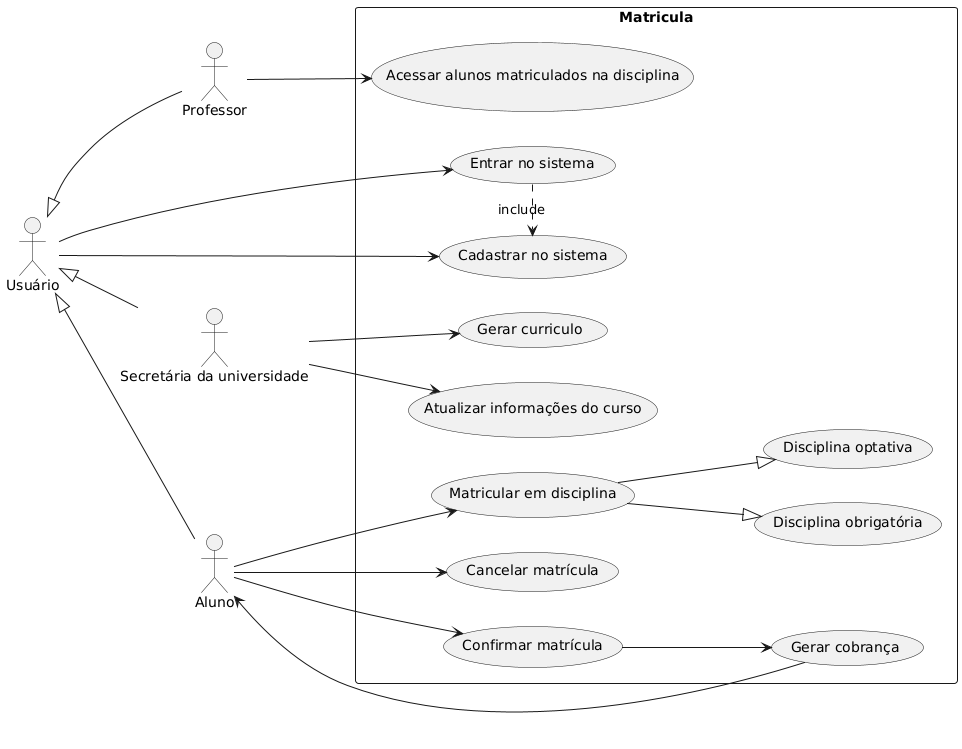
This is project/diagrams/usercase.png from iannovais/LDS-matriculas, a PlantUML export, as it was before one commit. Its diagram source:
```plantuml
@startuml
left to right direction
actor "Secretária da universidade" as secretaria
actor "Aluno" as aluno
actor "Professor" as professor
actor "Usuário" as usuario

rectangle Matricula{
  (Matricular em disciplina) --|> (Disciplina optativa)
  (Matricular em disciplina) --|> (Disciplina obrigatória)

  usuario --> (Cadastrar no sistema)
  usuario --> (Entrar no sistema)

  (Entrar no sistema) .> (Cadastrar no sistema) : include

  secretaria --> (Gerar curriculo)
  secretaria --> (Atualizar informações do curso)

  aluno --> (Cancelar matrícula)
  aluno --> (Matricular em disciplina)
  aluno --> (Confirmar matrícula)

  (Confirmar matrícula) --> (Gerar cobrança)
  (Gerar cobrança) --> aluno

  professor --> (Acessar alunos matriculados na disciplina)

  usuario <|-- aluno
  usuario <|-- secretaria
  usuario <|-- professor
}
@enduml
```
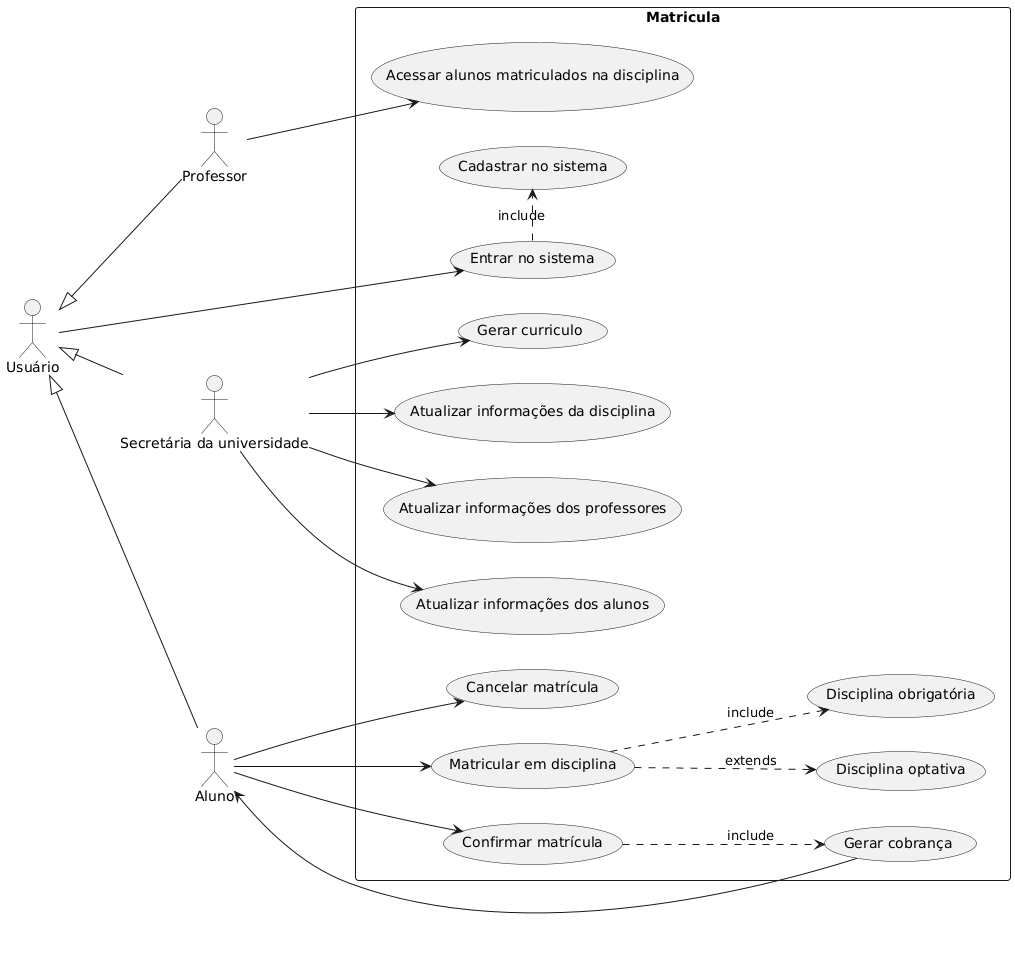
Above is the later version.

Change to the diagram source:
```diff
@@ -6,28 +6,29 @@
 actor "Usuário" as usuario
 
 rectangle Matricula{
-  (Matricular em disciplina) --|> (Disciplina optativa)
-  (Matricular em disciplina) --|> (Disciplina obrigatória)
+(Matricular em disciplina) -.> (Disciplina optativa) : extends
+(Matricular em disciplina) -.> (Disciplina obrigatória) : include
 
-  usuario --> (Cadastrar no sistema)
-  usuario --> (Entrar no sistema)
+usuario --> (Entrar no sistema)
 
-  (Entrar no sistema) .> (Cadastrar no sistema) : include
+(Entrar no sistema) .> (Cadastrar no sistema) : include
 
-  secretaria --> (Gerar curriculo)
-  secretaria --> (Atualizar informações do curso)
+secretaria --> (Gerar curriculo)
+secretaria --> (Atualizar informações da disciplina)
+secretaria --> (Atualizar informações dos professores)
+secretaria --> (Atualizar informações dos alunos)
 
-  aluno --> (Cancelar matrícula)
-  aluno --> (Matricular em disciplina)
-  aluno --> (Confirmar matrícula)
+aluno --> (Cancelar matrícula)
+aluno --> (Matricular em disciplina)
+aluno --> (Confirmar matrícula)
 
-  (Confirmar matrícula) --> (Gerar cobrança)
-  (Gerar cobrança) --> aluno
+(Confirmar matrícula) -.> (Gerar cobrança) : include
+(Gerar cobrança) --> aluno
 
-  professor --> (Acessar alunos matriculados na disciplina)
+professor --> (Acessar alunos matriculados na disciplina)
 
-  usuario <|-- aluno
-  usuario <|-- secretaria
-  usuario <|-- professor
+usuario <|-- aluno
+usuario <|-- secretaria
+usuario <|-- professor
 }
 @enduml
```
